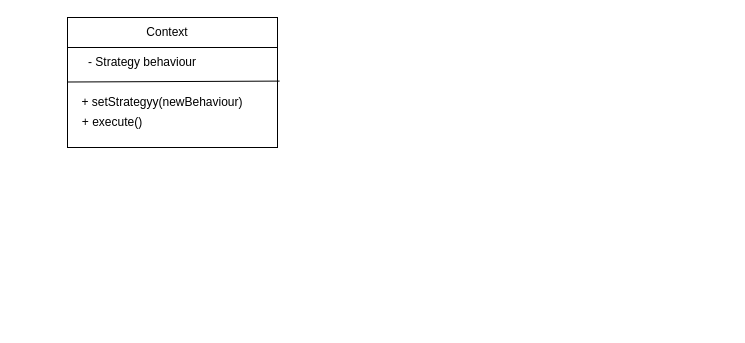
This is Strategy.drawio from GaryAllan1/Design-Pattern-Class-Diagrams, a draw.io file, before an edit. Source tidied: cells renumbered, new cells numbered last; positions are measured from the earlier drawing's top-left corner, leaving out a move shared by most shapes. Both pictures are drawn from the tidied source at 100%, with x=0, y=0 at pixel (17, 17).
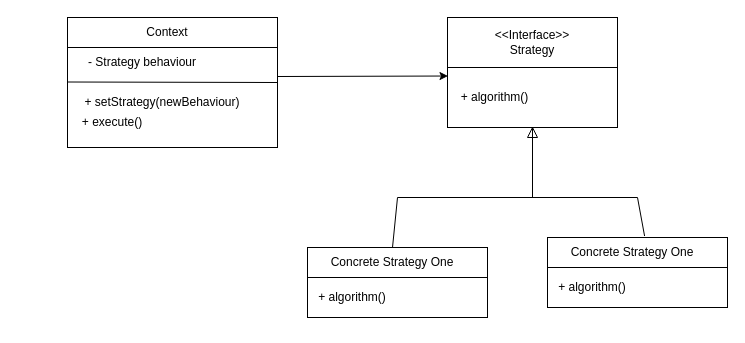
The same diagram, later.

The change refers to these unchanged cells:
```xml
<mxCell id="4" style="rounded=0;whiteSpace=wrap;html=1;fillColor=none;" parent="1" vertex="1">
  <mxGeometry x="50" y="30" width="210" height="100" as="geometry" />
</mxCell>
```

What changed in the source:
```diff
@@
-    <mxCell id="5" style="endArrow=none;html=1;rounded=0;exitX=0;exitY=1;exitDx=0;exitDy=0;entryX=1.01;entryY=0.336;entryDx=0;entryDy=0;entryPerimeter=0;" parent="1" edge="1" target="4">
+    <mxCell id="5" style="endArrow=none;html=1;rounded=0;exitX=0;exitY=1;exitDx=0;exitDy=0;" parent="1" edge="1">
       <mxGeometry relative="1" as="geometry">
         <mxPoint x="50" y="64.5" as="sourcePoint" />
+        <mxPoint x="260" y="65" as="targetPoint" />
       </mxGeometry>
     </mxCell>
-    <mxCell id="6" value="+ setStrategyy(newBehaviour)" style="text;html=1;strokeColor=none;fillColor=none;align=center;verticalAlign=middle;whiteSpace=wrap;rounded=0;" parent="1" vertex="1">
-      <mxGeometry x="50" y="70" width="190" height="30" as="geometry" />
+    <mxCell id="6" value="+ setStrategy(newBehaviour)" style="text;html=1;strokeColor=none;fillColor=none;align=center;verticalAlign=middle;whiteSpace=wrap;rounded=0;" parent="1" vertex="1">
+      <mxGeometry x="60" y="70" width="170" height="30" as="geometry" />
     </mxCell>
@@
     <mxCell id="8" value="+ execute()" style="text;html=1;strokeColor=none;fillColor=none;align=center;verticalAlign=middle;whiteSpace=wrap;rounded=0;" parent="1" vertex="1">
-      <mxGeometry y="90" width="190" height="30" as="geometry" />
+      <mxGeometry x="60" y="90" width="70" height="30" as="geometry" />
     </mxCell>
+    <mxCell id="9" style="rounded=0;whiteSpace=wrap;html=1;" parent="1" vertex="1">
+      <mxGeometry x="430" width="170" height="110" as="geometry" />
+    </mxCell>
+    <mxCell id="10" value="&amp;lt;&amp;lt;Interface&amp;gt;&amp;gt;&lt;br&gt;Strategy" style="text;html=1;strokeColor=none;fillColor=none;align=center;verticalAlign=middle;whiteSpace=wrap;rounded=0;" parent="1" vertex="1">
+      <mxGeometry x="485" y="10" width="60" height="30" as="geometry" />
+    </mxCell>
+    <mxCell id="11" style="rounded=0;whiteSpace=wrap;html=1;fillColor=none;" parent="1" vertex="1">
+      <mxGeometry x="430" y="50" width="170" height="60" as="geometry" />
+    </mxCell>
+    <mxCell id="12" value="+ algorithm()" style="text;html=1;strokeColor=none;fillColor=none;align=center;verticalAlign=middle;whiteSpace=wrap;rounded=0;" parent="1" vertex="1">
+      <mxGeometry x="430" y="65" width="95" height="30" as="geometry" />
+    </mxCell>
+    <mxCell id="13" style="endArrow=classic;html=1;rounded=0;entryX=0.003;entryY=0.142;entryDx=0;entryDy=0;entryPerimeter=0;" parent="1" edge="1" target="11">
+      <mxGeometry relative="1" as="geometry">
+        <mxPoint x="260" y="59" as="sourcePoint" />
+      </mxGeometry>
+    </mxCell>
+    <mxCell id="14" style="group;" parent="1" vertex="1">
+      <mxGeometry x="510" y="110" width="10" height="70" as="geometry" />
+    </mxCell>
+    <mxCell id="15" style="triangle;whiteSpace=wrap;html=1;fillColor=none;direction=north;" parent="14" vertex="1">
+      <mxGeometry width="10" height="10" as="geometry" />
+    </mxCell>
+    <mxCell id="16" style="endArrow=none;html=1;rounded=0;entryX=1;entryY=0.5;entryDx=0;entryDy=0;" parent="14" edge="1" target="15">
+      <mxGeometry relative="1" as="geometry">
+        <mxPoint x="5" y="70" as="sourcePoint" />
+      </mxGeometry>
+    </mxCell>
+    <mxCell id="17" style="rounded=0;whiteSpace=wrap;html=1;" parent="1" vertex="1">
+      <mxGeometry x="290" y="230" width="180" height="70" as="geometry" />
+    </mxCell>
+    <mxCell id="18" value="Concrete Strategy One" style="text;html=1;strokeColor=none;fillColor=none;align=center;verticalAlign=middle;whiteSpace=wrap;rounded=0;" parent="1" vertex="1">
+      <mxGeometry x="310" y="230" width="130" height="30" as="geometry" />
+    </mxCell>
+    <mxCell id="19" style="rounded=0;whiteSpace=wrap;html=1;fillColor=none;" parent="1" vertex="1">
+      <mxGeometry x="290" y="260" width="180" height="40" as="geometry" />
+    </mxCell>
+    <mxCell id="20" value="+ algorithm()" style="text;html=1;strokeColor=none;fillColor=none;align=center;verticalAlign=middle;whiteSpace=wrap;rounded=0;" parent="1" vertex="1">
+      <mxGeometry x="300" y="265" width="70" height="30" as="geometry" />
+    </mxCell>
+    <mxCell id="21" style="edgeStyle=orthogonalEdgeStyle;rounded=0;orthogonalLoop=1;jettySize=auto;html=1;exitX=0.5;exitY=1;exitDx=0;exitDy=0;" parent="1" edge="1" source="17" target="17">
+      <mxGeometry relative="1" as="geometry" />
+    </mxCell>
+    <mxCell id="22" style="edgeStyle=orthogonalEdgeStyle;rounded=0;orthogonalLoop=1;jettySize=auto;html=1;exitX=0.5;exitY=1;exitDx=0;exitDy=0;" parent="1" edge="1" source="19" target="19">
+      <mxGeometry relative="1" as="geometry" />
+    </mxCell>
+    <mxCell id="23" style="rounded=0;whiteSpace=wrap;html=1;" parent="1" vertex="1">
+      <mxGeometry x="530" y="220" width="180" height="70" as="geometry" />
+    </mxCell>
+    <mxCell id="24" value="Concrete Strategy One" style="text;html=1;strokeColor=none;fillColor=none;align=center;verticalAlign=middle;whiteSpace=wrap;rounded=0;" parent="1" vertex="1">
+      <mxGeometry x="550" y="220" width="130" height="30" as="geometry" />
+    </mxCell>
+    <mxCell id="25" style="rounded=0;whiteSpace=wrap;html=1;fillColor=none;" parent="1" vertex="1">
+      <mxGeometry x="530" y="250" width="180" height="40" as="geometry" />
+    </mxCell>
+    <mxCell id="26" value="+ algorithm()" style="text;html=1;strokeColor=none;fillColor=none;align=center;verticalAlign=middle;whiteSpace=wrap;rounded=0;" parent="1" vertex="1">
+      <mxGeometry x="540" y="255" width="70" height="30" as="geometry" />
+    </mxCell>
+    <mxCell id="27" style="edgeStyle=orthogonalEdgeStyle;rounded=0;orthogonalLoop=1;jettySize=auto;html=1;exitX=0.5;exitY=1;exitDx=0;exitDy=0;" parent="1" edge="1" source="23" target="23">
+      <mxGeometry relative="1" as="geometry" />
+    </mxCell>
+    <mxCell id="28" style="edgeStyle=orthogonalEdgeStyle;rounded=0;orthogonalLoop=1;jettySize=auto;html=1;exitX=0.5;exitY=1;exitDx=0;exitDy=0;" parent="1" edge="1" source="25" target="25">
+      <mxGeometry relative="1" as="geometry" />
+    </mxCell>
+    <mxCell id="29" style="endArrow=none;html=1;rounded=0;" parent="1" edge="1">
+      <mxGeometry relative="1" as="geometry">
+        <mxPoint x="380" y="180" as="sourcePoint" />
+        <mxPoint x="620" y="180" as="targetPoint" />
+      </mxGeometry>
+    </mxCell>
+    <mxCell id="30" style="endArrow=none;html=1;rounded=0;exitX=0.5;exitY=0;exitDx=0;exitDy=0;" parent="1" edge="1" source="18">
+      <mxGeometry relative="1" as="geometry">
+        <mxPoint x="380" y="180" as="targetPoint" />
+      </mxGeometry>
+    </mxCell>
+    <mxCell id="31" style="endArrow=none;html=1;rounded=0;exitX=0.593;exitY=-0.049;exitDx=0;exitDy=0;exitPerimeter=0;" parent="1" edge="1" source="24">
+      <mxGeometry relative="1" as="geometry">
+        <mxPoint x="620" y="180" as="targetPoint" />
+      </mxGeometry>
+    </mxCell>
```
